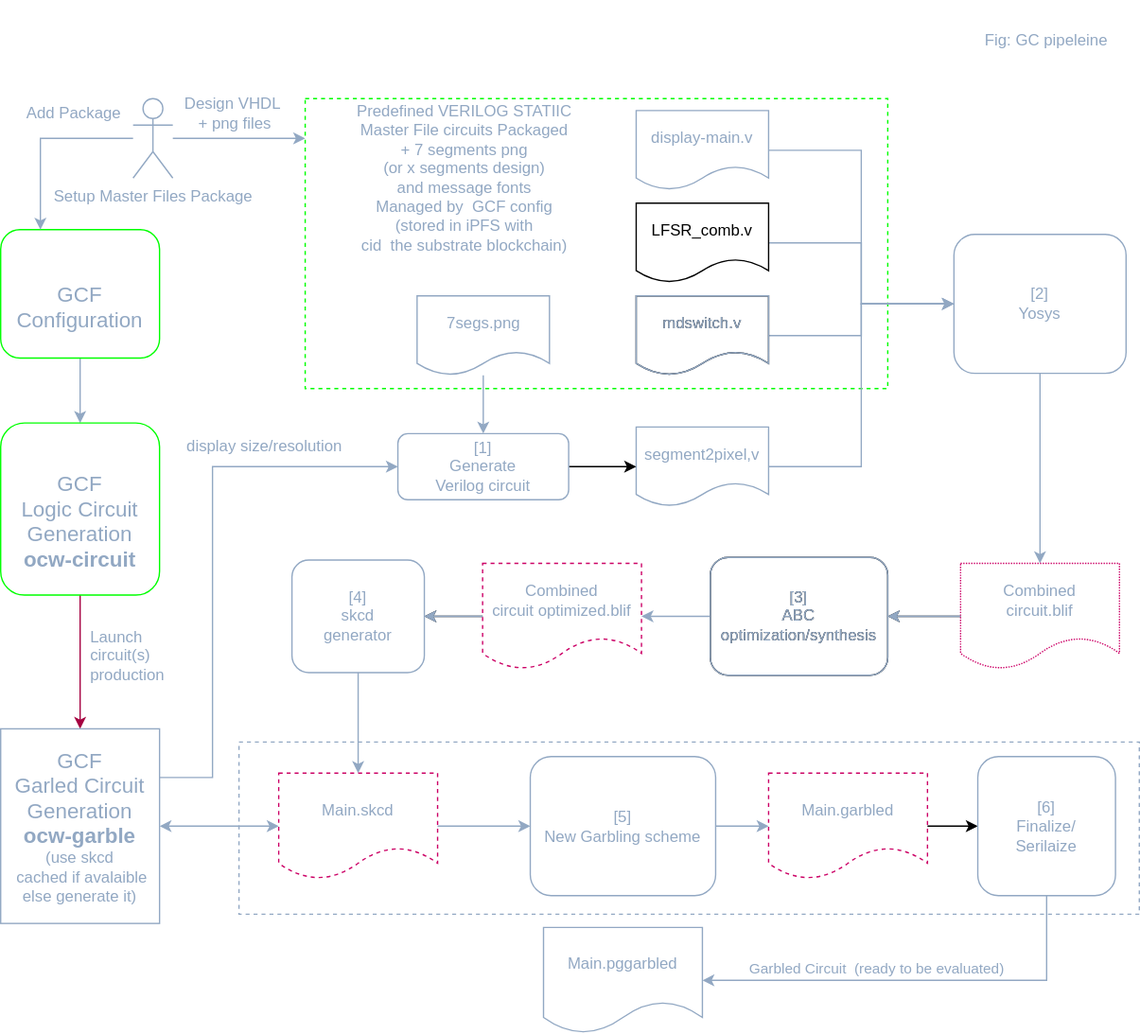
Interstellar-Network/Interstellar-Book keeps this draw.io diagram as src/fig/GC-Pipeline-Detailed.svg. Above is the earlier version. Source tidied: cells renumbered, new cells last; positions are measured from the earlier drawing's top-left corner, leaving out a move shared by most shapes.
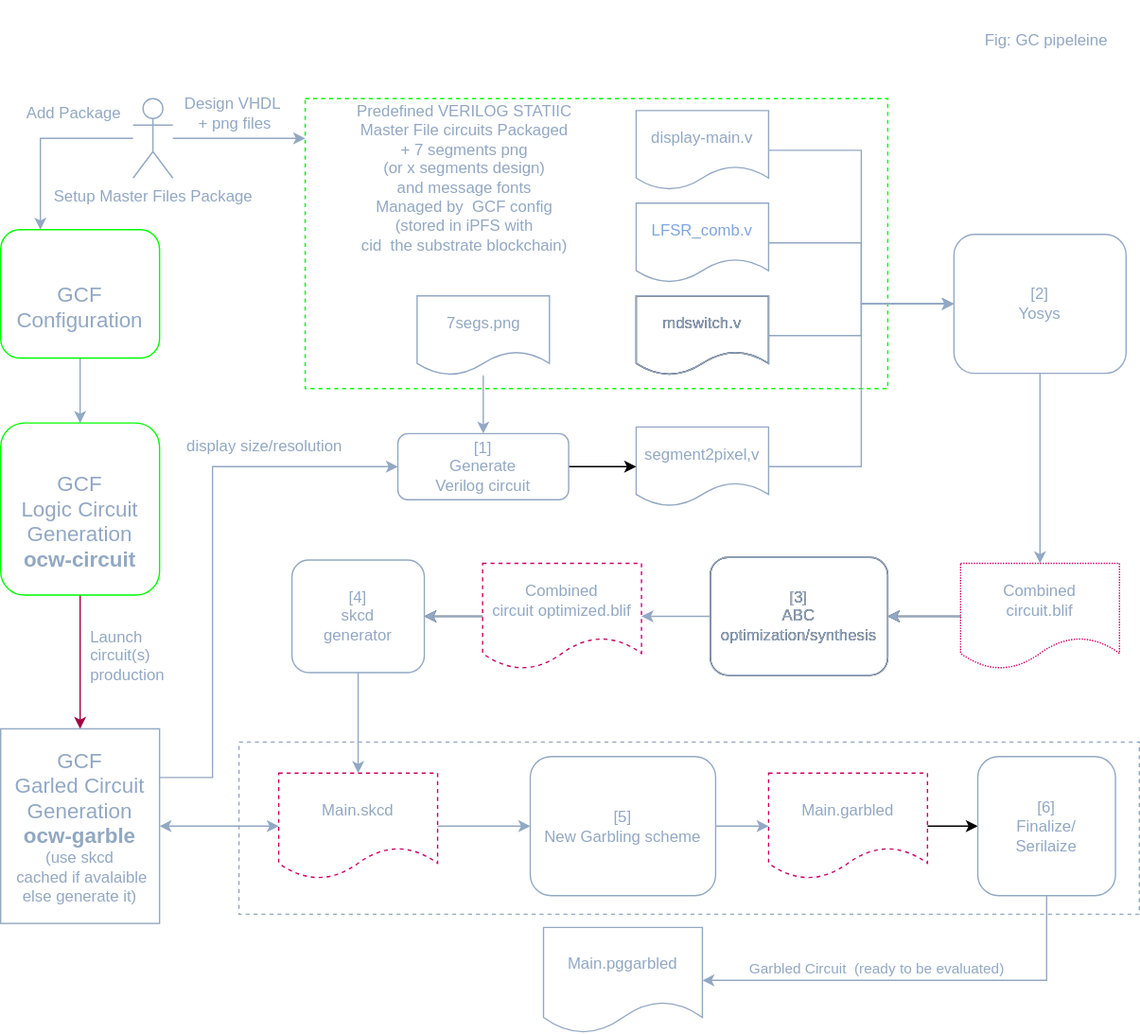
Later version of the same file.

Diff of the diagram source:
```diff
@@ -23,7 +23,7 @@
     <mxCell id="8" style="edgeStyle=orthogonalEdgeStyle;rounded=0;jettySize=auto;html=1;entryX=0;entryY=0.5;entryDx=0;entryDy=0;strokeColor=#92A8C3;" parent="1" edge="1" source="9" target="7">
       <mxGeometry relative="1" as="geometry" />
     </mxCell>
-    <mxCell id="9" value="LFSR_comb.v" style="shape=document;whiteSpace=wrap;html=1;boundedLbl=1;fillColor=none;" parent="1" vertex="1">
+    <mxCell id="9" value="&lt;font color=&quot;#7ea6e0&quot;&gt;LFSR_comb.v&lt;/font&gt;" style="shape=document;whiteSpace=wrap;html=1;boundedLbl=1;fillColor=none;strokeColor=#92a8c3;" parent="1" vertex="1">
       <mxGeometry x="480" y="153" width="100" height="60" as="geometry" />
     </mxCell>
     <mxCell id="10" style="edgeStyle=orthogonalEdgeStyle;rounded=0;jettySize=auto;html=1;entryX=0;entryY=0.5;entryDx=0;entryDy=0;strokeColor=#92A8C3;" parent="1" edge="1" source="11" target="7">
```
